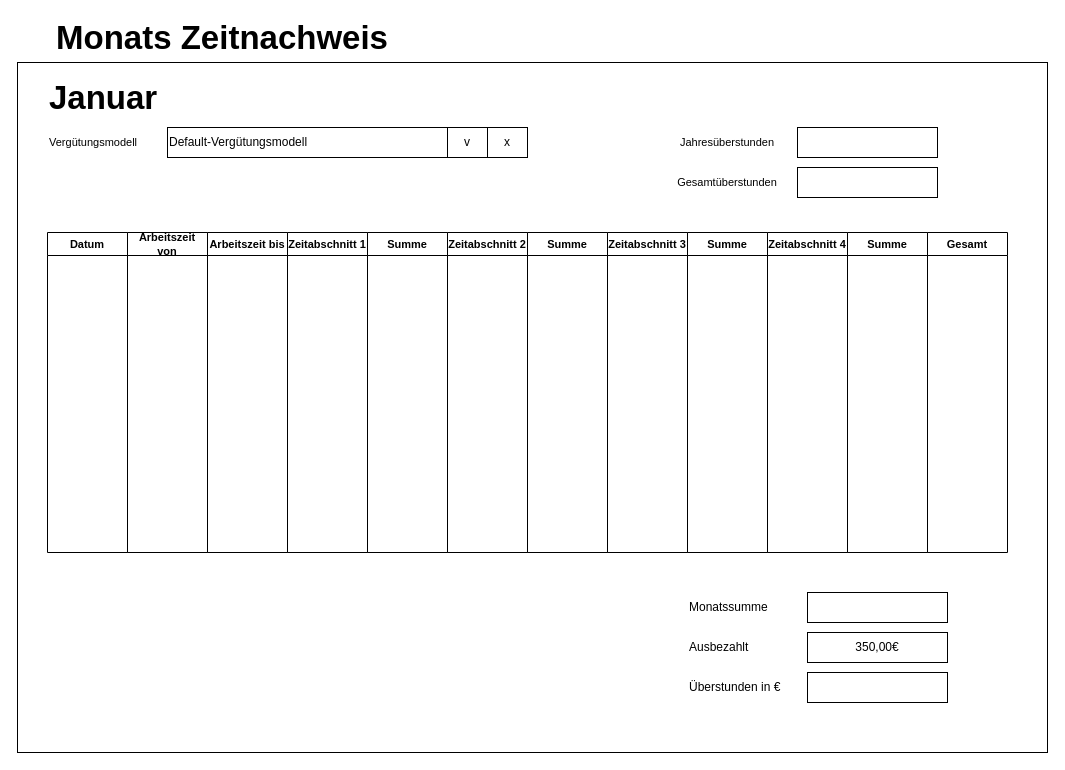
Above: drafts/monatsZeitnachweis.drawio in nbatzak/azn (draw.io), before the change. Source tidied: cells renumbered, new cells numbered last; positions are measured from the earlier drawing's top-left corner, leaving out a move shared by most shapes. Both pictures are drawn from the tidied source at 100%, with x=0, y=0 at pixel (17, 22).
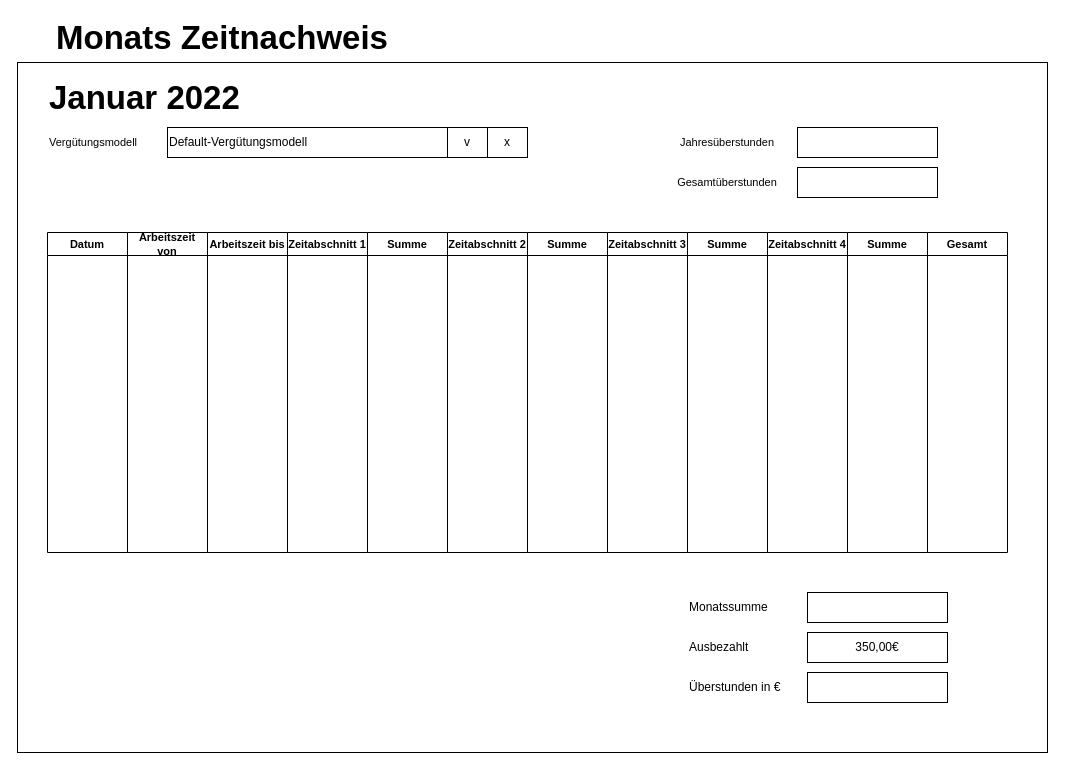
After the change.

Diff of the diagram source:
```diff
@@
-    <mxCell id="2" style="rounded=0;whiteSpace=wrap;html=1;" parent="1" vertex="1">
+    <mxCell id="2" value="&lt;br&gt;" style="rounded=0;whiteSpace=wrap;html=1;" parent="1" vertex="1">
       <mxGeometry y="40" width="1030" height="690" as="geometry" />
     </mxCell>
@@
-    <mxCell id="4" value="Januar" style="text;html=1;strokeColor=none;fillColor=none;align=left;verticalAlign=middle;whiteSpace=wrap;rounded=0;fontStyle=1;fontSize=33;" parent="1" vertex="1">
-      <mxGeometry x="30" y="60" width="150" height="30" as="geometry" />
+    <mxCell id="4" value="Januar 2022" style="text;html=1;strokeColor=none;fillColor=none;align=left;verticalAlign=middle;whiteSpace=wrap;rounded=0;fontStyle=1;fontSize=33;" parent="1" vertex="1">
+      <mxGeometry x="30" y="60" width="250" height="30" as="geometry" />
     </mxCell>
```
